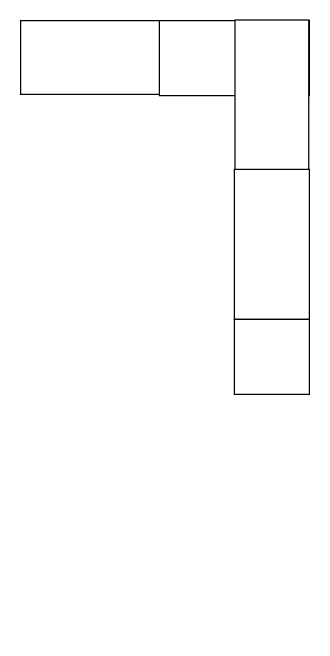
dabado/python2025mes1 keeps this draw.io diagram as PRACTICAS/Diagrama sin título.drawio. Above is the earlier version. Source tidied: cells renumbered, new cells numbered last; positions are measured from the earlier drawing's top-left corner, leaving out a move shared by most shapes. Both pictures are drawn from the tidied source at 125%, with x=0, y=0 at pixel (20, 20).
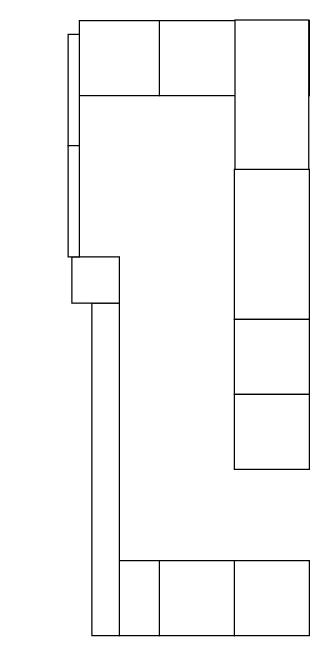
The same page after the edit.

Diff of the diagram source:
```diff
@@
 <mxGraphModel>
   <root>
     <mxCell id="0" />
     <mxCell id="1" parent="0" />
     <mxCell id="2" style="whiteSpace=wrap;html=1;" parent="1" vertex="1">
       <mxGeometry x="111" width="120" height="60" as="geometry" />
     </mxCell>
     <mxCell id="3" style="whiteSpace=wrap;html=1;rotation=90;direction=west;" parent="1" vertex="1">
       <mxGeometry x="141" y="30" width="120" height="59" as="geometry" />
     </mxCell>
     <mxCell id="4" style="edgeStyle=none;curved=1;rounded=0;jettySize=auto;html=1;fontSize=12;startSize=8;endSize=8;" parent="1" edge="1" source="5" target="2">
       <mxGeometry relative="1" as="geometry" />
     </mxCell>
     <mxCell id="5" style="whiteSpace=wrap;html=1;" parent="1" vertex="1">
-      <mxGeometry width="111" height="59" as="geometry" />
+      <mxGeometry x="47" width="64" height="60" as="geometry" />
     </mxCell>
     <mxCell id="6" style="whiteSpace=wrap;html=1;direction=south;" parent="1" vertex="1">
       <mxGeometry x="171" y="119" width="60" height="120" as="geometry" />
     </mxCell>
     <mxCell id="7" style="whiteSpace=wrap;html=1;" parent="1" vertex="1">
       <mxGeometry x="171" y="239" width="60" height="60" as="geometry" />
     </mxCell>
+    <mxCell id="8" style="whiteSpace=wrap;html=1;" parent="1" vertex="1">
+      <mxGeometry x="171" y="299" width="60" height="60" as="geometry" />
+    </mxCell>
+    <mxCell id="9" style="whiteSpace=wrap;html=1;" parent="1" vertex="1">
+      <mxGeometry x="171" y="432" width="60" height="60" as="geometry" />
+    </mxCell>
+    <mxCell id="10" style="whiteSpace=wrap;html=1;" parent="1" vertex="1">
+      <mxGeometry x="111" y="432" width="60" height="60" as="geometry" />
+    </mxCell>
+    <mxCell id="11" style="whiteSpace=wrap;html=1;" parent="1" vertex="1">
+      <mxGeometry x="79" y="432" width="32" height="60" as="geometry" />
+    </mxCell>
+    <mxCell id="12" style="whiteSpace=wrap;html=1;" parent="1" vertex="1">
+      <mxGeometry x="57" y="226" width="22" height="266" as="geometry" />
+    </mxCell>
+    <mxCell id="13" style="edgeStyle=none;curved=1;rounded=0;orthogonalLoop=1;jettySize=auto;html=1;entryX=0;entryY=0.5;entryDx=0;entryDy=0;fontSize=12;startSize=8;endSize=8;" parent="1" edge="1" source="12" target="12">
+      <mxGeometry relative="1" as="geometry" />
+    </mxCell>
+    <mxCell id="14" style="whiteSpace=wrap;html=1;" parent="1" vertex="1">
+      <mxGeometry x="41" y="189" width="38" height="37" as="geometry" />
+    </mxCell>
+    <mxCell id="15" style="whiteSpace=wrap;html=1;" parent="1" vertex="1">
+      <mxGeometry x="38" y="11" width="9" height="89" as="geometry" />
+    </mxCell>
+    <mxCell id="16" style="whiteSpace=wrap;html=1;" parent="1" vertex="1">
+      <mxGeometry x="38" y="100" width="9" height="89" as="geometry" />
+    </mxCell>
   </root>
 </mxGraphModel>
```
